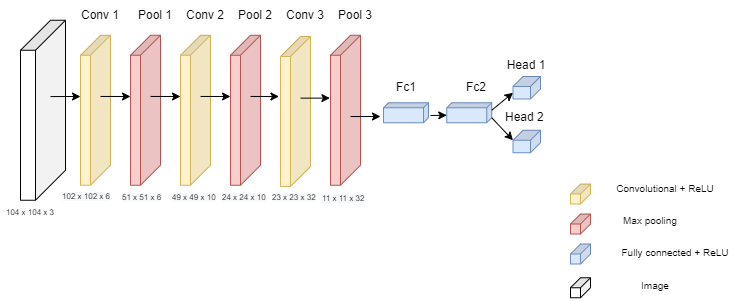
The draw.io diagram 3 layer Conv Multitask (Age + Gender Classifier).png in akmeraki/Neural-Network-Architecure-Diagrams, before a commit. Source tidied: cells renumbered, new cells last; positions are measured from the earlier drawing's top-left corner, leaving out a move shared by most shapes.
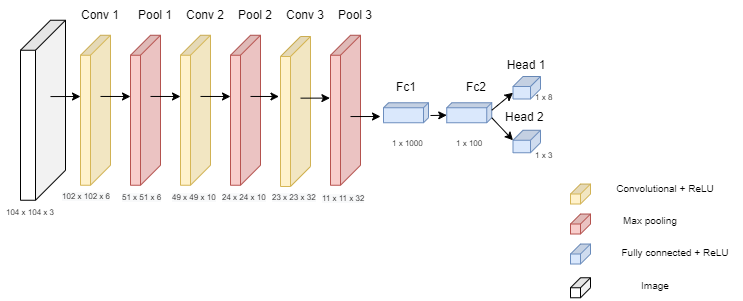
The same file after the commit.

Change to the diagram source:
```diff
@@ -152,5 +152,17 @@
         <mxPoint x="380" y="116" as="targetPoint" />
       </mxGeometry>
     </mxCell>
+    <mxCell id="48" value="&lt;div style=&quot;text-align: center&quot;&gt;&lt;span&gt;&lt;font face=&quot;helvetica&quot;&gt;1 x 1000&lt;/font&gt;&lt;/span&gt;&lt;/div&gt;" style="text;whiteSpace=wrap;html=1;fontSize=8;" parent="1" vertex="1">
+      <mxGeometry x="390" y="132.2" width="37" height="30" as="geometry" />
+    </mxCell>
+    <mxCell id="49" value="&lt;div style=&quot;text-align: center&quot;&gt;&lt;span&gt;&lt;font face=&quot;helvetica&quot;&gt;1 x 100&lt;/font&gt;&lt;/span&gt;&lt;/div&gt;" style="text;whiteSpace=wrap;html=1;fontSize=8;" parent="1" vertex="1">
+      <mxGeometry x="454.2" y="132.2" width="37" height="30" as="geometry" />
+    </mxCell>
+    <mxCell id="50" value="&lt;div style=&quot;text-align: center&quot;&gt;&lt;span&gt;&lt;font face=&quot;helvetica&quot;&gt;1 x 8&lt;/font&gt;&lt;/span&gt;&lt;/div&gt;" style="text;whiteSpace=wrap;html=1;fontSize=8;" parent="1" vertex="1">
+      <mxGeometry x="533" y="86" width="37" height="30" as="geometry" />
+    </mxCell>
+    <mxCell id="51" value="&lt;div style=&quot;text-align: center&quot;&gt;&lt;span&gt;&lt;font face=&quot;helvetica&quot;&gt;1 x 3&lt;/font&gt;&lt;/span&gt;&lt;/div&gt;" style="text;whiteSpace=wrap;html=1;fontSize=8;" parent="1" vertex="1">
+      <mxGeometry x="533" y="144.1" width="37" height="30" as="geometry" />
+    </mxCell>
   </root>
 </mxGraphModel>
```
